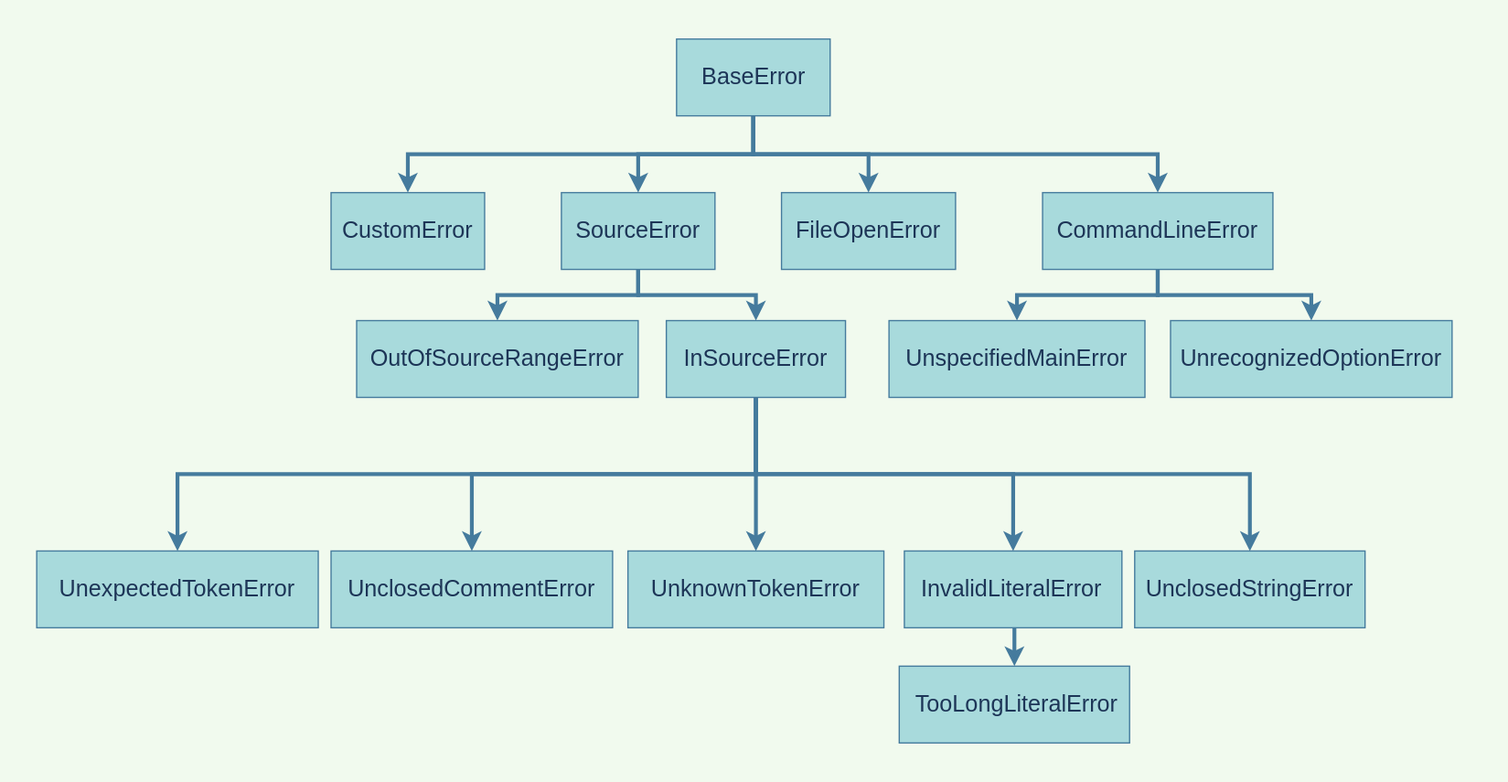
EnderASz/Salt keeps this draw.io diagram as doc/saltc/__assets__/errors.drawio.svg. Above is the earlier version. Source tidied: cells renumbered, new cells last; positions are measured from the earlier drawing's top-left corner, leaving out a move shared by most shapes.
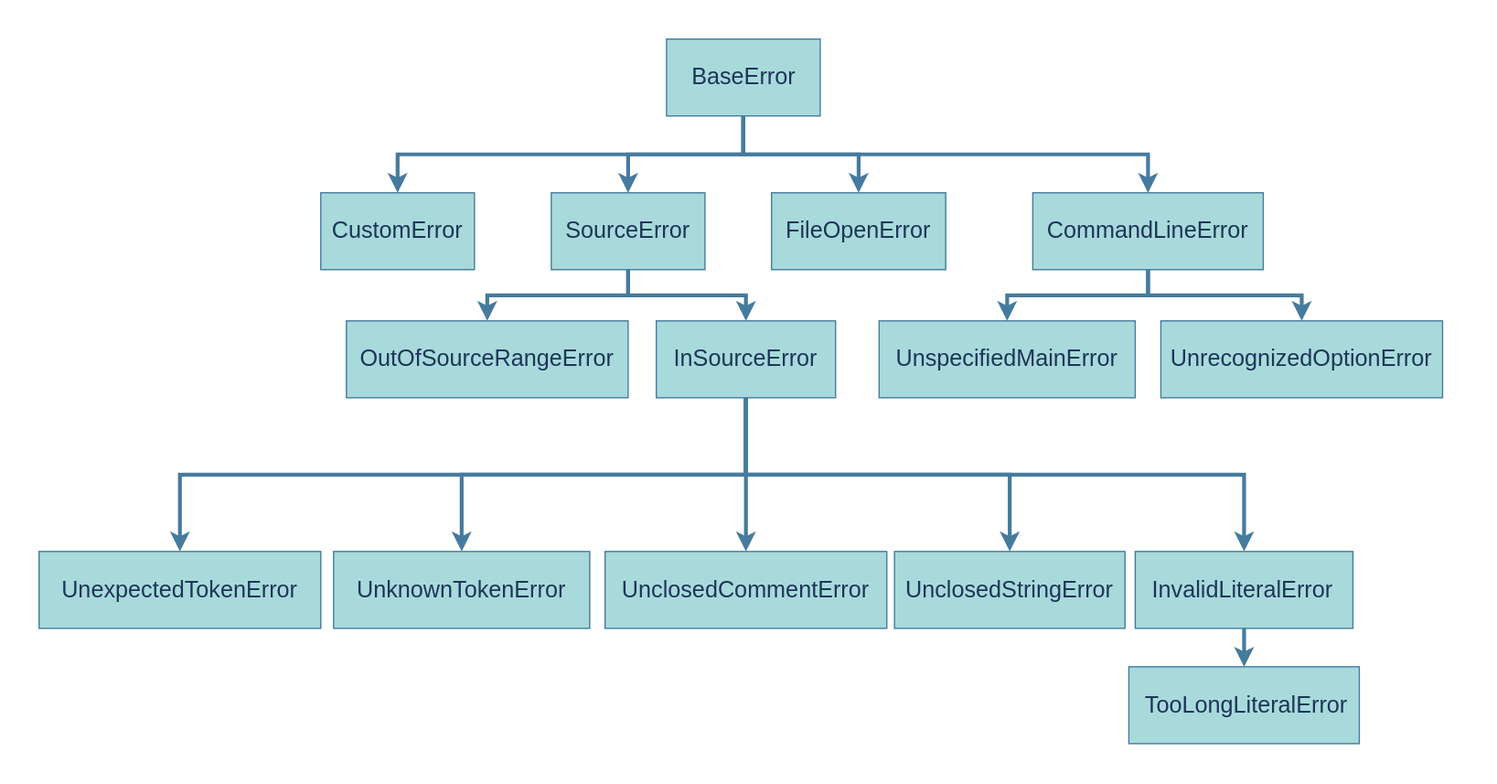
After the change.

Commit message:
Init SaltC errors documentation Add BaseError documentation Modified block placement on error classes diagram

Change to the diagram source:
```diff
@@ -1,4 +1,4 @@
-<mxGraphModel background="#F1FAEE">
+<mxGraphModel background="#FFFFFF">
   <root>
     <mxCell id="0" />
     <mxCell id="1" parent="0" />
@@ -96,46 +96,46 @@
       <mxGeometry x="368" y="270" width="40" height="20" as="geometry" />
     </mxCell>
     <mxCell id="33" style="rounded=0;whiteSpace=wrap;html=1;sketch=0;strokeColor=#457B9D;fillColor=#A8DADC;fontColor=#1D3557;" parent="1" vertex="1">
-      <mxGeometry x="258" y="430" width="220" height="60" as="geometry" />
+      <mxGeometry x="480" y="430" width="220" height="60" as="geometry" />
     </mxCell>
     <mxCell id="34" value="&lt;font style=&quot;font-size: 18px&quot;&gt;UnclosedCommentError&lt;br&gt;&lt;/font&gt;" style="text;html=1;strokeColor=none;fillColor=none;align=center;verticalAlign=middle;whiteSpace=wrap;rounded=0;sketch=0;fontColor=#1D3557;" parent="1" vertex="1">
-      <mxGeometry x="348" y="450" width="40" height="20" as="geometry" />
+      <mxGeometry x="570" y="450" width="40" height="20" as="geometry" />
     </mxCell>
     <mxCell id="35" style="rounded=0;whiteSpace=wrap;html=1;sketch=0;strokeColor=#457B9D;fillColor=#A8DADC;fontColor=#1D3557;" parent="1" vertex="1">
-      <mxGeometry x="886" y="430" width="180" height="60" as="geometry" />
+      <mxGeometry x="706" y="430" width="180" height="60" as="geometry" />
     </mxCell>
     <mxCell id="36" value="&lt;font style=&quot;font-size: 18px&quot;&gt;UnclosedStringError&lt;br&gt;&lt;/font&gt;" style="text;html=1;strokeColor=none;fillColor=none;align=center;verticalAlign=middle;whiteSpace=wrap;rounded=0;sketch=0;fontColor=#1D3557;" parent="1" vertex="1">
-      <mxGeometry x="956" y="450" width="40" height="20" as="geometry" />
+      <mxGeometry x="776" y="450" width="40" height="20" as="geometry" />
     </mxCell>
     <mxCell id="37" style="rounded=0;whiteSpace=wrap;html=1;sketch=0;strokeColor=#457B9D;fillColor=#A8DADC;fontColor=#1D3557;" parent="1" vertex="1">
-      <mxGeometry x="28" y="430" width="220" height="60" as="geometry" />
+      <mxGeometry x="38" y="430" width="220" height="60" as="geometry" />
     </mxCell>
     <mxCell id="38" value="&lt;font style=&quot;font-size: 18px&quot;&gt;UnexpectedTokenError&lt;br&gt;&lt;/font&gt;" style="text;html=1;strokeColor=none;fillColor=none;align=center;verticalAlign=middle;whiteSpace=wrap;rounded=0;sketch=0;fontColor=#1D3557;" parent="1" vertex="1">
-      <mxGeometry x="118" y="450" width="40" height="20" as="geometry" />
+      <mxGeometry x="128" y="450" width="40" height="20" as="geometry" />
     </mxCell>
     <mxCell id="39" style="rounded=0;whiteSpace=wrap;html=1;sketch=0;strokeColor=#457B9D;fillColor=#A8DADC;fontColor=#1D3557;" parent="1" vertex="1">
-      <mxGeometry x="490" y="430" width="200" height="60" as="geometry" />
+      <mxGeometry x="268" y="430" width="200" height="60" as="geometry" />
     </mxCell>
     <mxCell id="40" value="&lt;font style=&quot;font-size: 18px&quot;&gt;UnknownTokenError&lt;br&gt;&lt;/font&gt;" style="text;html=1;strokeColor=none;fillColor=none;align=center;verticalAlign=middle;whiteSpace=wrap;rounded=0;sketch=0;fontColor=#1D3557;" parent="1" vertex="1">
-      <mxGeometry x="570" y="450" width="40" height="20" as="geometry" />
+      <mxGeometry x="348" y="450" width="40" height="20" as="geometry" />
     </mxCell>
     <mxCell id="41" style="edgeStyle=orthogonalEdgeStyle;rounded=0;sketch=0;jettySize=auto;html=1;exitX=0.5;exitY=1;exitDx=0;exitDy=0;entryX=0.5;entryY=0;entryDx=0;entryDy=0;strokeColor=#457B9D;fillColor=#A8DADC;fontColor=#1D3557;strokeWidth=3;" parent="1" edge="1" source="42" target="44">
       <mxGeometry relative="1" as="geometry" />
     </mxCell>
     <mxCell id="42" style="rounded=0;whiteSpace=wrap;html=1;sketch=0;strokeColor=#457B9D;fillColor=#A8DADC;fontColor=#1D3557;" parent="1" vertex="1">
-      <mxGeometry x="706" y="430" width="170" height="60" as="geometry" />
+      <mxGeometry x="894" y="430" width="170" height="60" as="geometry" />
     </mxCell>
     <mxCell id="43" value="&lt;font style=&quot;font-size: 18px&quot;&gt;InvalidLiteralError&lt;br&gt;&lt;/font&gt;" style="text;html=1;strokeColor=none;fillColor=none;align=center;verticalAlign=middle;whiteSpace=wrap;rounded=0;sketch=0;fontColor=#1D3557;" parent="1" vertex="1">
-      <mxGeometry x="770" y="450" width="40" height="20" as="geometry" />
+      <mxGeometry x="958" y="450" width="40" height="20" as="geometry" />
     </mxCell>
     <mxCell id="44" style="rounded=0;whiteSpace=wrap;html=1;sketch=0;strokeColor=#457B9D;fillColor=#A8DADC;fontColor=#1D3557;" parent="1" vertex="1">
-      <mxGeometry x="702" y="520" width="180" height="60" as="geometry" />
+      <mxGeometry x="889" y="520" width="180" height="60" as="geometry" />
     </mxCell>
     <mxCell id="45" value="&lt;font style=&quot;font-size: 18px&quot;&gt;TooLongLiteralError&lt;br&gt;&lt;/font&gt;" style="text;html=1;strokeColor=none;fillColor=none;align=center;verticalAlign=middle;whiteSpace=wrap;rounded=0;sketch=0;fontColor=#1D3557;" parent="1" vertex="1">
-      <mxGeometry x="774" y="540" width="40" height="20" as="geometry" />
+      <mxGeometry x="961" y="540" width="40" height="20" as="geometry" />
     </mxCell>
     <mxCell id="46" style="whiteSpace=wrap;html=1;fillColor=none;strokeColor=none;" parent="1" vertex="1">
-      <mxGeometry width="58" height="60" as="geometry" />
+      <mxGeometry x="8" width="58" height="60" as="geometry" />
     </mxCell>
     <mxCell id="47" style="whiteSpace=wrap;html=1;fillColor=none;strokeColor=none;" parent="1" vertex="1">
       <mxGeometry x="1118" y="550" width="58" height="60" as="geometry" />
```
